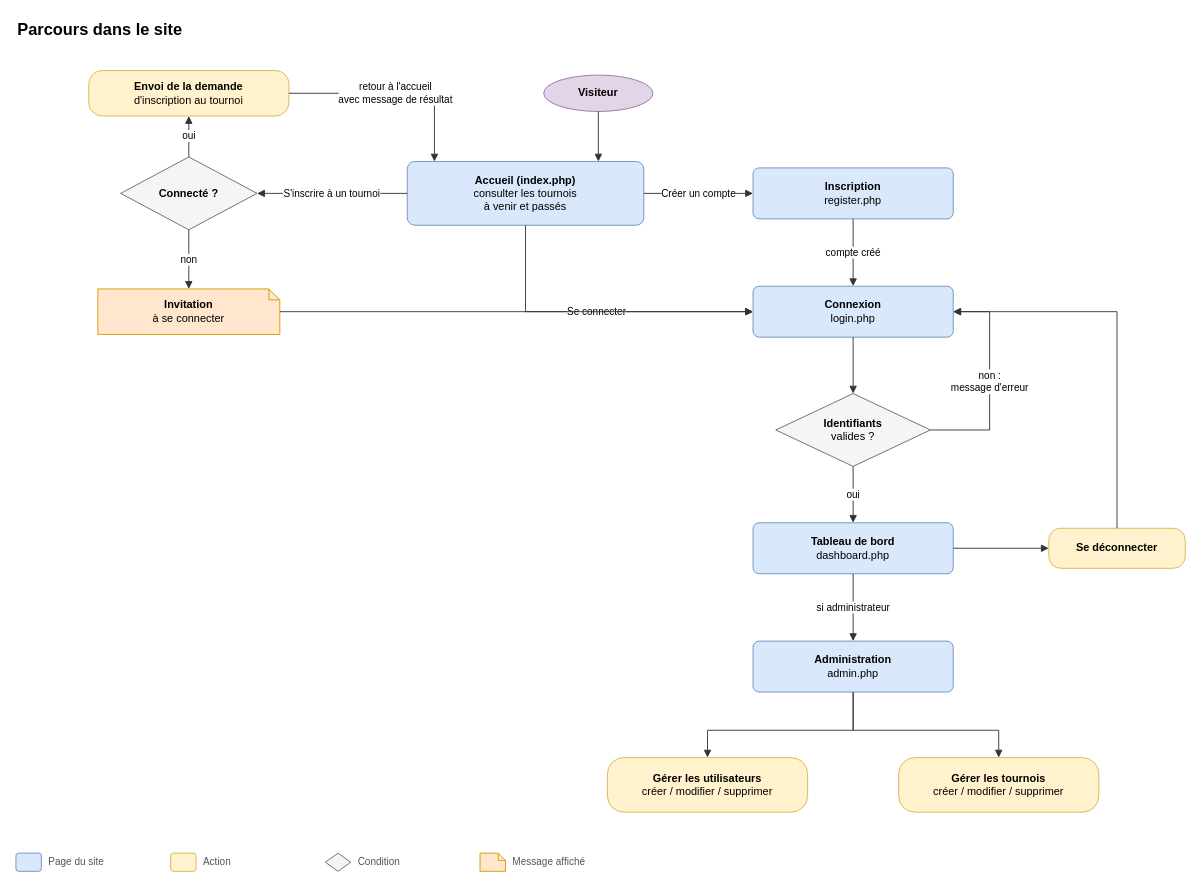
ThSkorupski/cybergames keeps this draw.io diagram as docs/schema-site.drawio. Above is the earlier version. Source tidied: cells renumbered, new cells numbered last; positions are measured from the earlier drawing's top-left corner, leaving out a move shared by most shapes. Both pictures are drawn from the tidied source at 91%, with x=0, y=0 at pixel (15, 15).
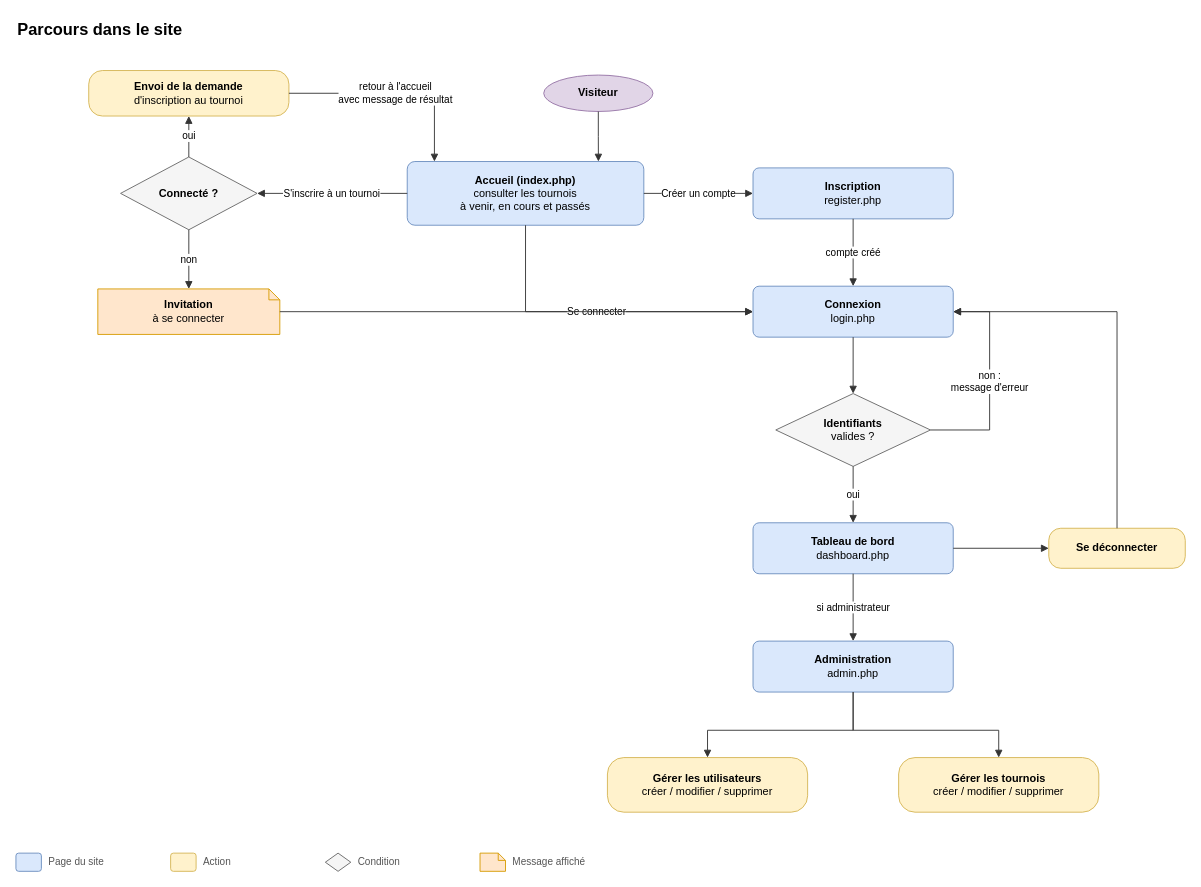
Above is the later version.

Commit message (it also covers changes not shown here):
Ajout des schémas Mermaid et mise à jour de la documentation

Diff of the diagram source:
```diff
@@
-    <mxCell id="5" value="&lt;b&gt;Accueil (index.php)&lt;/b&gt;&lt;br&gt;consulter les tournois&lt;br&gt;à venir et passés" style="rounded=1;arcSize=12;whiteSpace=wrap;html=1;fillColor=#dae8fc;strokeColor=#6c8ebf;fontSize=12;" parent="1" vertex="1">
+    <mxCell id="5" value="&lt;b&gt;Accueil (index.php)&lt;/b&gt;&lt;br&gt;consulter les tournois&lt;br&gt;à venir, en cours et passés" style="rounded=1;arcSize=12;whiteSpace=wrap;html=1;fillColor=#dae8fc;strokeColor=#6c8ebf;fontSize=12;" parent="1" vertex="1">
       <mxGeometry x="430" y="160" width="260" height="70" as="geometry" />
     </mxCell>
```
